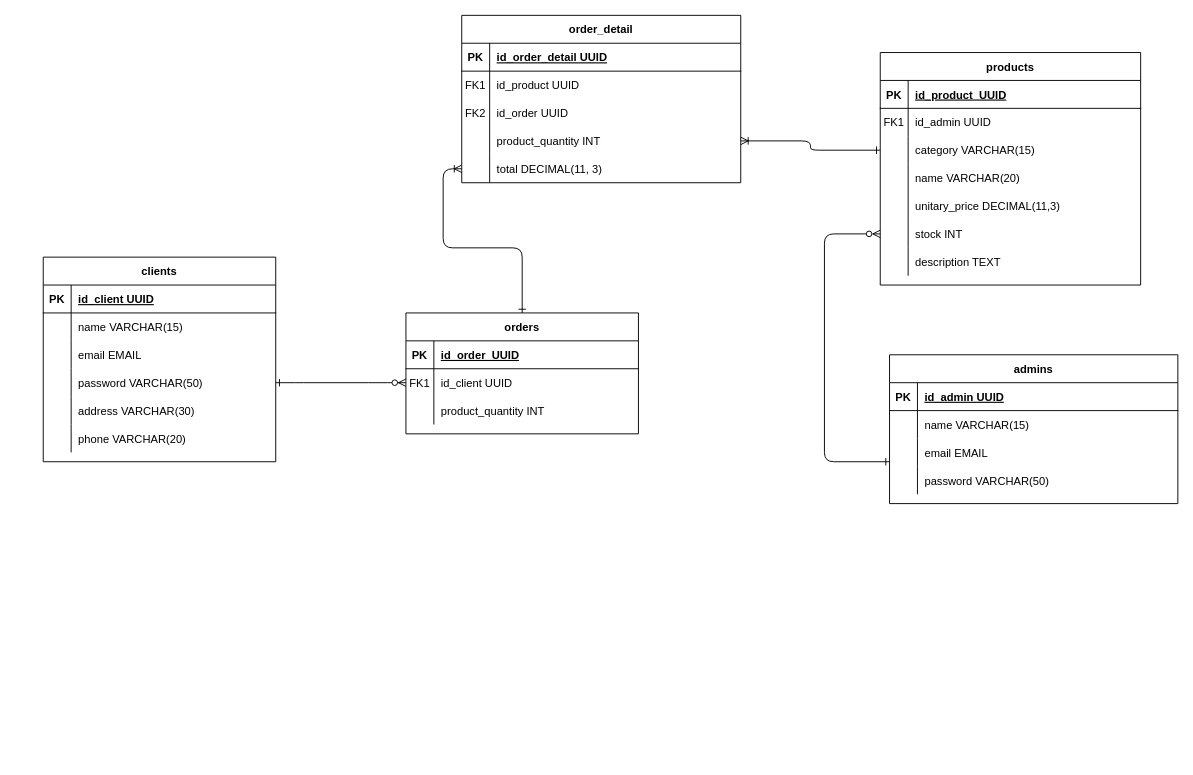
The draw.io diagram files/project requirements/Modelo de datos/diagrama entidad-relación.drawio in jhairssteven/ssacg, before the edit. Source tidied: cells renumbered, new cells numbered last; positions are measured from the earlier drawing's top-left corner, leaving out a move shared by most shapes. Both pictures are drawn from the tidied source at 93%, with x=0, y=0 at pixel (43, 15).
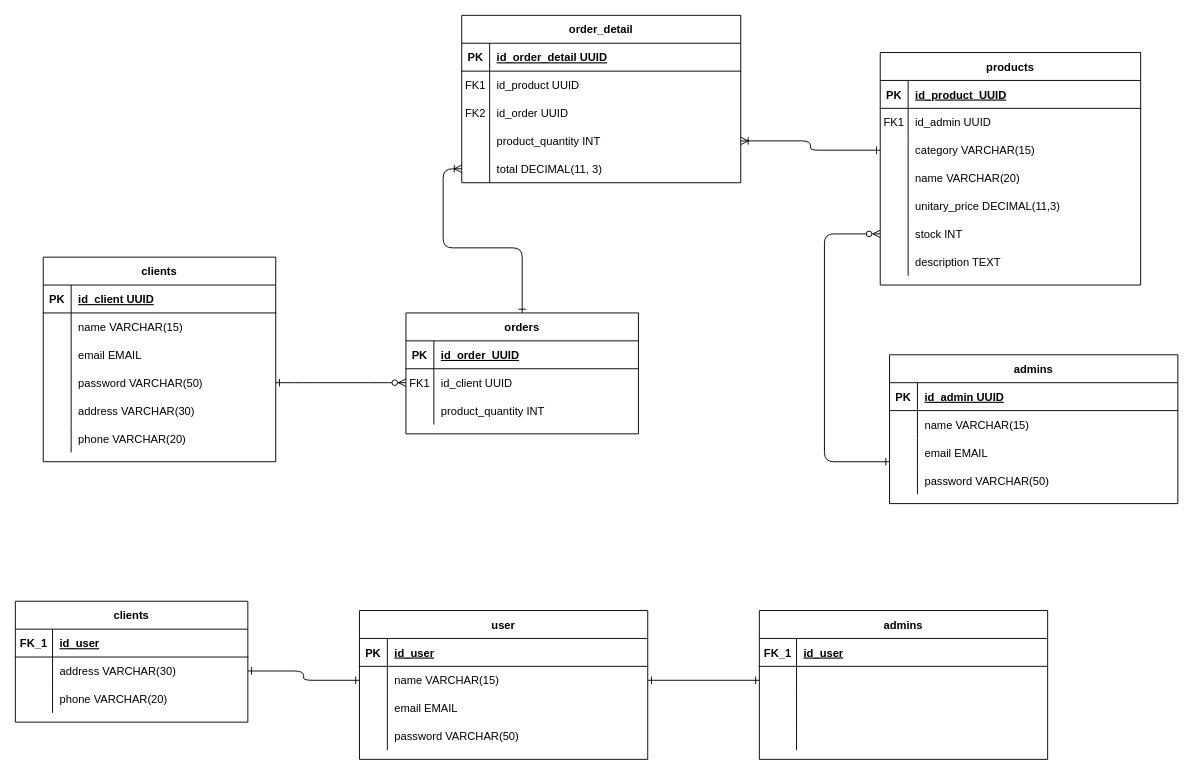
The same page after the edit.

The edit, as a diff of the source:
```diff
@@
+    <mxCell id="86" value="clients" style="shape=table;startSize=30;childLayout=tableLayout;rowLines=0;fontStyle=1;align=center;" parent="1" vertex="1">
+      <mxGeometry x="-30" y="630" width="250" height="130" as="geometry" />
+    </mxCell>
+    <mxCell id="87" style="shape=partialRectangle;fillColor=none;top=0;left=0;right=0;bottom=1;" parent="86" vertex="1">
+      <mxGeometry y="30" width="250" height="30" as="geometry" />
+    </mxCell>
+    <mxCell id="88" value="FK_1" style="shape=partialRectangle;overflow=hidden;fillColor=none;top=0;left=0;bottom=0;right=0;fontStyle=1;" parent="87" vertex="1">
+      <mxGeometry width="40" height="30" as="geometry" />
+    </mxCell>
+    <mxCell id="89" value="id_user" style="shape=partialRectangle;overflow=hidden;fillColor=none;top=0;left=0;bottom=0;right=0;align=left;spacingLeft=6;fontStyle=5;" parent="87" vertex="1">
+      <mxGeometry x="40" width="210" height="30" as="geometry" />
+    </mxCell>
+    <mxCell id="90" style="shape=partialRectangle;fillColor=none;points=[[0,0.5],[1,0.5]];portConstraint=eastwest;top=0;left=0;right=0;bottom=0;" parent="86" vertex="1">
+      <mxGeometry y="60" width="250" height="30" as="geometry" />
+    </mxCell>
+    <mxCell id="91" style="shape=partialRectangle;overflow=hidden;fillColor=none;top=0;left=0;bottom=0;right=0;" parent="90" vertex="1">
+      <mxGeometry width="40" height="30" as="geometry" />
+    </mxCell>
+    <mxCell id="92" value="address VARCHAR(30)" style="shape=partialRectangle;overflow=hidden;fillColor=none;top=0;left=0;bottom=0;right=0;align=left;spacingLeft=6;" parent="90" vertex="1">
+      <mxGeometry x="40" width="210" height="30" as="geometry" />
+    </mxCell>
+    <mxCell id="93" style="shape=partialRectangle;fillColor=none;top=0;left=0;right=0;bottom=0;" parent="86" vertex="1">
+      <mxGeometry y="90" width="250" height="30" as="geometry" />
+    </mxCell>
+    <mxCell id="94" style="shape=partialRectangle;overflow=hidden;fillColor=none;top=0;left=0;bottom=0;right=0;" parent="93" vertex="1">
+      <mxGeometry width="40" height="30" as="geometry" />
+    </mxCell>
+    <mxCell id="95" value="phone VARCHAR(20)" style="shape=partialRectangle;overflow=hidden;fillColor=none;top=0;left=0;bottom=0;right=0;align=left;spacingLeft=6;" parent="93" vertex="1">
+      <mxGeometry x="40" width="210" height="30" as="geometry" />
+    </mxCell>
+    <mxCell id="96" value="admins" style="shape=table;startSize=30;childLayout=tableLayout;rowLines=0;fontStyle=1;align=center;" parent="1" vertex="1">
+      <mxGeometry x="770" y="640" width="310" height="160" as="geometry" />
+    </mxCell>
+    <mxCell id="97" style="shape=partialRectangle;fillColor=none;top=0;left=0;bottom=1;right=0;" parent="96" vertex="1">
+      <mxGeometry y="30" width="310" height="30" as="geometry" />
+    </mxCell>
+    <mxCell id="98" value="FK_1" style="shape=partialRectangle;fillColor=none;top=0;left=0;bottom=0;right=0;fontStyle=1;overflow=hidden;" parent="97" vertex="1">
+      <mxGeometry width="40" height="30" as="geometry" />
+    </mxCell>
+    <mxCell id="99" value="id_user" style="shape=partialRectangle;fillColor=none;top=0;left=0;bottom=0;right=0;align=left;spacingLeft=6;fontStyle=5;overflow=hidden;" parent="97" vertex="1">
+      <mxGeometry x="40" width="270" height="30" as="geometry" />
+    </mxCell>
+    <mxCell id="100" style="shape=partialRectangle;fillColor=none;top=0;left=0;bottom=0;right=0;points=[[0,0.5],[1,0.5]];portConstraint=eastwest;" parent="96" vertex="1">
+      <mxGeometry y="60" width="310" height="30" as="geometry" />
+    </mxCell>
+    <mxCell id="101" style="shape=partialRectangle;fillColor=none;top=0;left=0;bottom=0;right=0;overflow=hidden;" parent="100" vertex="1">
+      <mxGeometry width="40" height="30" as="geometry" />
+    </mxCell>
+    <mxCell id="102" style="shape=partialRectangle;fillColor=none;top=0;left=0;bottom=0;right=0;align=left;spacingLeft=6;overflow=hidden;" parent="100" vertex="1">
+      <mxGeometry x="40" width="270" height="30" as="geometry" />
+    </mxCell>
+    <mxCell id="103" style="shape=partialRectangle;fillColor=none;top=0;left=0;bottom=0;right=0;" parent="96" vertex="1">
+      <mxGeometry y="90" width="310" height="30" as="geometry" />
+    </mxCell>
+    <mxCell id="104" style="shape=partialRectangle;fillColor=none;top=0;left=0;bottom=0;right=0;overflow=hidden;" parent="103" vertex="1">
+      <mxGeometry width="40" height="30" as="geometry" />
+    </mxCell>
+    <mxCell id="105" style="shape=partialRectangle;fillColor=none;top=0;left=0;bottom=0;right=0;align=left;spacingLeft=6;overflow=hidden;" parent="103" vertex="1">
+      <mxGeometry x="40" width="270" height="30" as="geometry" />
+    </mxCell>
+    <mxCell id="106" style="shape=partialRectangle;fillColor=none;top=0;left=0;bottom=0;right=0;" parent="96" vertex="1">
+      <mxGeometry y="120" width="310" height="30" as="geometry" />
+    </mxCell>
+    <mxCell id="107" style="shape=partialRectangle;fillColor=none;top=0;left=0;bottom=0;right=0;overflow=hidden;" parent="106" vertex="1">
+      <mxGeometry width="40" height="30" as="geometry" />
+    </mxCell>
+    <mxCell id="108" style="shape=partialRectangle;fillColor=none;top=0;left=0;bottom=0;right=0;align=left;spacingLeft=6;overflow=hidden;" parent="106" vertex="1">
+      <mxGeometry x="40" width="270" height="30" as="geometry" />
+    </mxCell>
+    <mxCell id="109" value="user" style="shape=table;startSize=30;childLayout=tableLayout;rowLines=0;fontStyle=1;align=center;" parent="1" vertex="1">
+      <mxGeometry x="340" y="640" width="310" height="160" as="geometry" />
+    </mxCell>
+    <mxCell id="110" style="shape=partialRectangle;fillColor=none;top=0;left=0;bottom=1;right=0;" parent="109" vertex="1">
+      <mxGeometry y="30" width="310" height="30" as="geometry" />
+    </mxCell>
+    <mxCell id="111" value="PK" style="shape=partialRectangle;fillColor=none;top=0;left=0;bottom=0;right=0;fontStyle=1;overflow=hidden;" parent="110" vertex="1">
+      <mxGeometry width="30" height="30" as="geometry" />
+    </mxCell>
+    <mxCell id="112" value="id_user" style="shape=partialRectangle;fillColor=none;top=0;left=0;bottom=0;right=0;align=left;spacingLeft=6;fontStyle=5;overflow=hidden;" parent="110" vertex="1">
+      <mxGeometry x="30" width="280" height="30" as="geometry" />
+    </mxCell>
+    <mxCell id="113" style="shape=partialRectangle;fillColor=none;top=0;left=0;bottom=0;right=0;points=[[0,0.5],[1,0.5]];portConstraint=eastwest;" parent="109" vertex="1">
+      <mxGeometry y="60" width="310" height="30" as="geometry" />
+    </mxCell>
+    <mxCell id="114" style="shape=partialRectangle;fillColor=none;top=0;left=0;bottom=0;right=0;overflow=hidden;" parent="113" vertex="1">
+      <mxGeometry width="30" height="30" as="geometry" />
+    </mxCell>
+    <mxCell id="115" value="name VARCHAR(15)" style="shape=partialRectangle;fillColor=none;top=0;left=0;bottom=0;right=0;align=left;spacingLeft=6;overflow=hidden;" parent="113" vertex="1">
+      <mxGeometry x="30" width="280" height="30" as="geometry" />
+    </mxCell>
+    <mxCell id="116" style="shape=partialRectangle;fillColor=none;top=0;left=0;bottom=0;right=0;" parent="109" vertex="1">
+      <mxGeometry y="90" width="310" height="30" as="geometry" />
+    </mxCell>
+    <mxCell id="117" style="shape=partialRectangle;fillColor=none;top=0;left=0;bottom=0;right=0;overflow=hidden;" parent="116" vertex="1">
+      <mxGeometry width="30" height="30" as="geometry" />
+    </mxCell>
+    <mxCell id="118" value="email EMAIL" style="shape=partialRectangle;fillColor=none;top=0;left=0;bottom=0;right=0;align=left;spacingLeft=6;overflow=hidden;" parent="116" vertex="1">
+      <mxGeometry x="30" width="280" height="30" as="geometry" />
+    </mxCell>
+    <mxCell id="119" style="shape=partialRectangle;fillColor=none;top=0;left=0;bottom=0;right=0;" parent="109" vertex="1">
+      <mxGeometry y="120" width="310" height="30" as="geometry" />
+    </mxCell>
+    <mxCell id="120" style="shape=partialRectangle;fillColor=none;top=0;left=0;bottom=0;right=0;overflow=hidden;" parent="119" vertex="1">
+      <mxGeometry width="30" height="30" as="geometry" />
+    </mxCell>
+    <mxCell id="121" value="password VARCHAR(50)" style="shape=partialRectangle;fillColor=none;top=0;left=0;bottom=0;right=0;align=left;spacingLeft=6;overflow=hidden;" parent="119" vertex="1">
+      <mxGeometry x="30" width="280" height="30" as="geometry" />
+    </mxCell>
+    <mxCell id="122" style="edgeStyle=orthogonalEdgeStyle;rounded=1;jettySize=auto;html=1;endArrow=ERone;endFill=0;startArrow=ERone;startFill=0;" parent="1" edge="1" source="90" target="113">
+      <mxGeometry relative="1" as="geometry" />
+    </mxCell>
+    <mxCell id="123" style="edgeStyle=orthogonalEdgeStyle;rounded=1;jettySize=auto;html=1;startArrow=ERone;startFill=0;endArrow=ERone;endFill=0;" parent="1" edge="1" source="113" target="100">
+      <mxGeometry relative="1" as="geometry" />
+    </mxCell>
```
